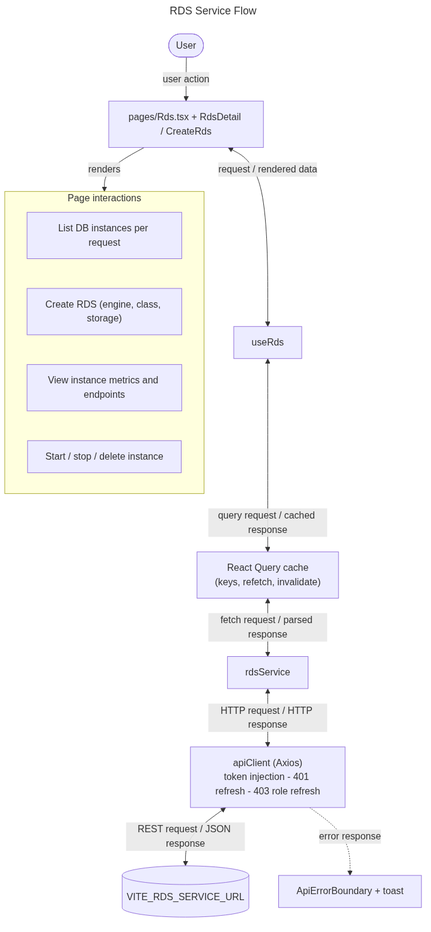
sayeeduddinofficial/user-table-view keeps this Mermaid diagram as docs/flowcharts/png/rds.png. Above is the earlier version. Its source is kept beside it as docs/flowcharts/rds.mmd. Its diagram source:
```mermaid
---
title: RDS Service Flow
---
flowchart TD
  U([User]) -->|"user action"| P["pages/Rds.tsx + RdsDetail / CreateRds"]
  P <-->|"request / rendered data"| H["useRds"]
  H <-->|"query request / cached response"| Q["React Query cache<br/>(keys, refetch, invalidate)"]
  Q <-->|"fetch request / parsed response"| A["rdsService"]
  A <-->|"HTTP request / HTTP response"| C["apiClient (Axios)<br/>token injection - 401 refresh - 403 role refresh"]
  C <-->|"REST request / JSON response"| S[("VITE_RDS_SERVICE_URL")]
  P -->|"renders"| UI
  subgraph UI[Page interactions]
    S0["List DB instances per request"]
    S1["Create RDS (engine, class, storage)"]
    S2["View instance metrics and endpoints"]
    S3["Start / stop / delete instance"]
  end
  C -. "error response" .-> E["ApiErrorBoundary + toast"]
```
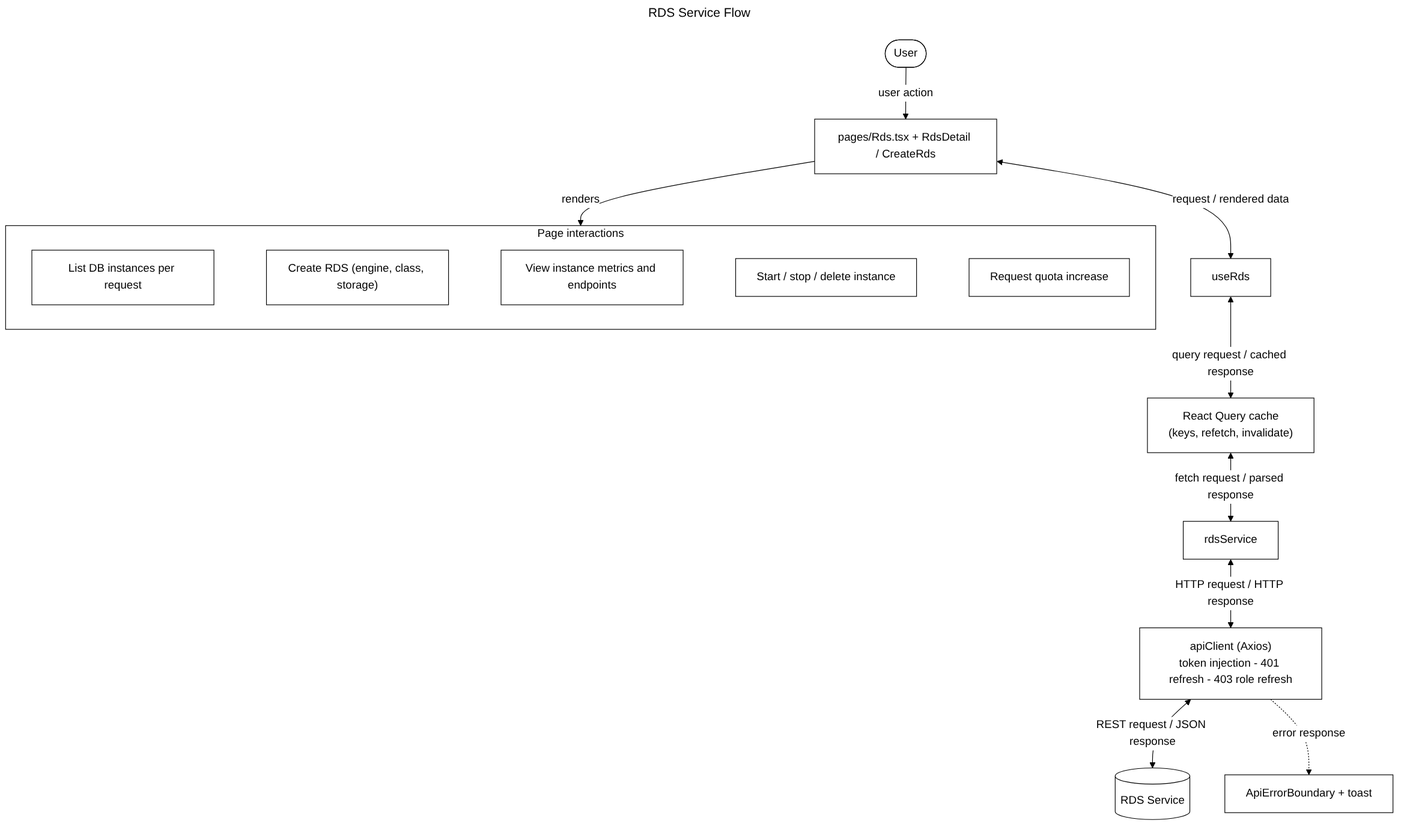
After the change.

The edit, as a diff of the source:
```diff
@@ -7,12 +7,15 @@
   H <-->|"query request / cached response"| Q["React Query cache<br/>(keys, refetch, invalidate)"]
   Q <-->|"fetch request / parsed response"| A["rdsService"]
   A <-->|"HTTP request / HTTP response"| C["apiClient (Axios)<br/>token injection - 401 refresh - 403 role refresh"]
-  C <-->|"REST request / JSON response"| S[("VITE_RDS_SERVICE_URL")]
+  C <-->|"REST request / JSON response"| S[("RDS Service")]
   P -->|"renders"| UI
   subgraph UI[Page interactions]
+    direction LR
     S0["List DB instances per request"]
     S1["Create RDS (engine, class, storage)"]
     S2["View instance metrics and endpoints"]
     S3["Start / stop / delete instance"]
+    S4["Request quota increase"]
+    S0 ~~~ S1 ~~~ S2 ~~~ S3 ~~~ S4
   end
   C -. "error response" .-> E["ApiErrorBoundary + toast"]
```
